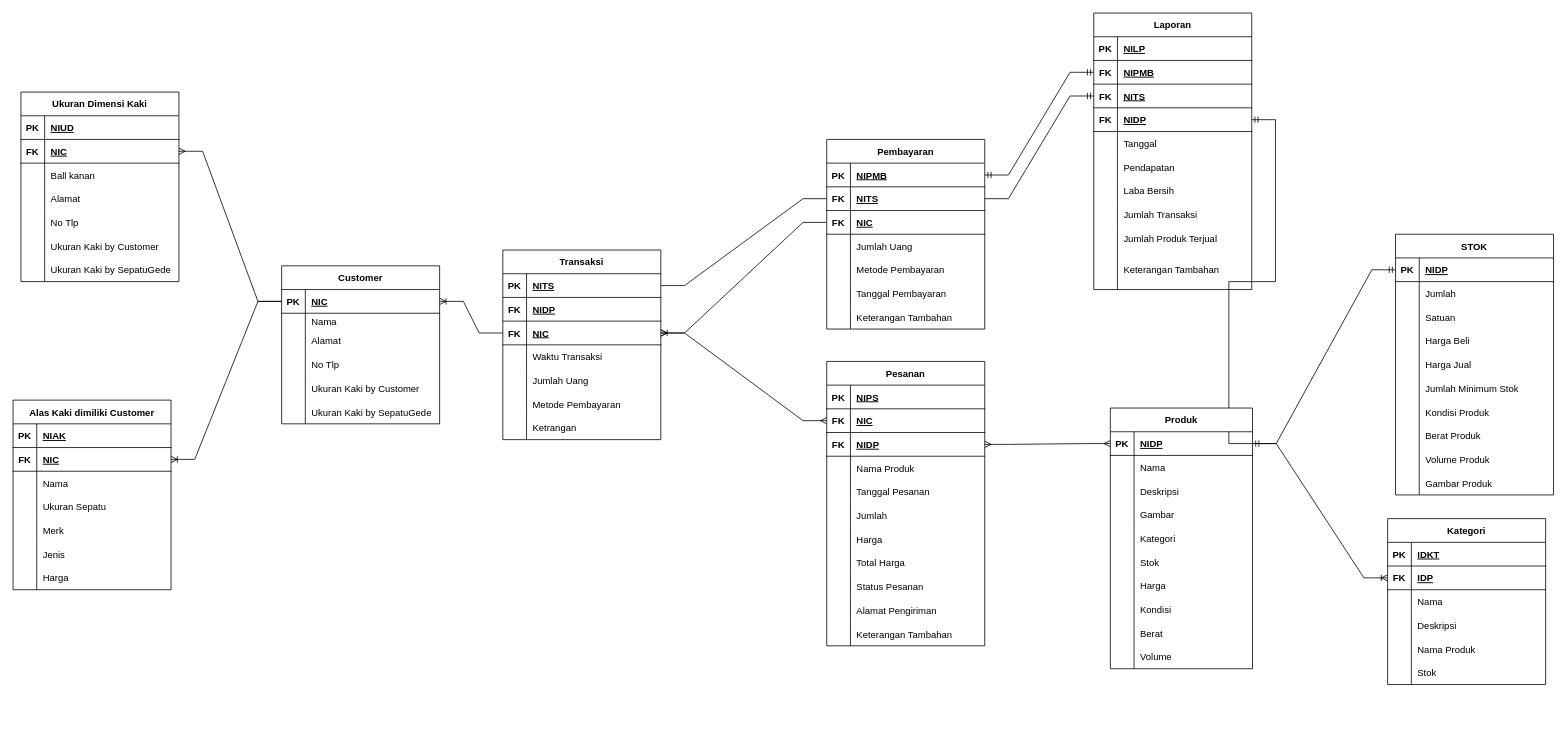
Above: POS.drawio in zamzam-mugny/sage.github.io (draw.io), before the change. Source tidied: cells renumbered, new cells numbered last; positions are measured from the earlier drawing's top-left corner, leaving out a move shared by most shapes. Both pictures are drawn from the tidied source at 79%, with x=0, y=0 at pixel (13, 13).
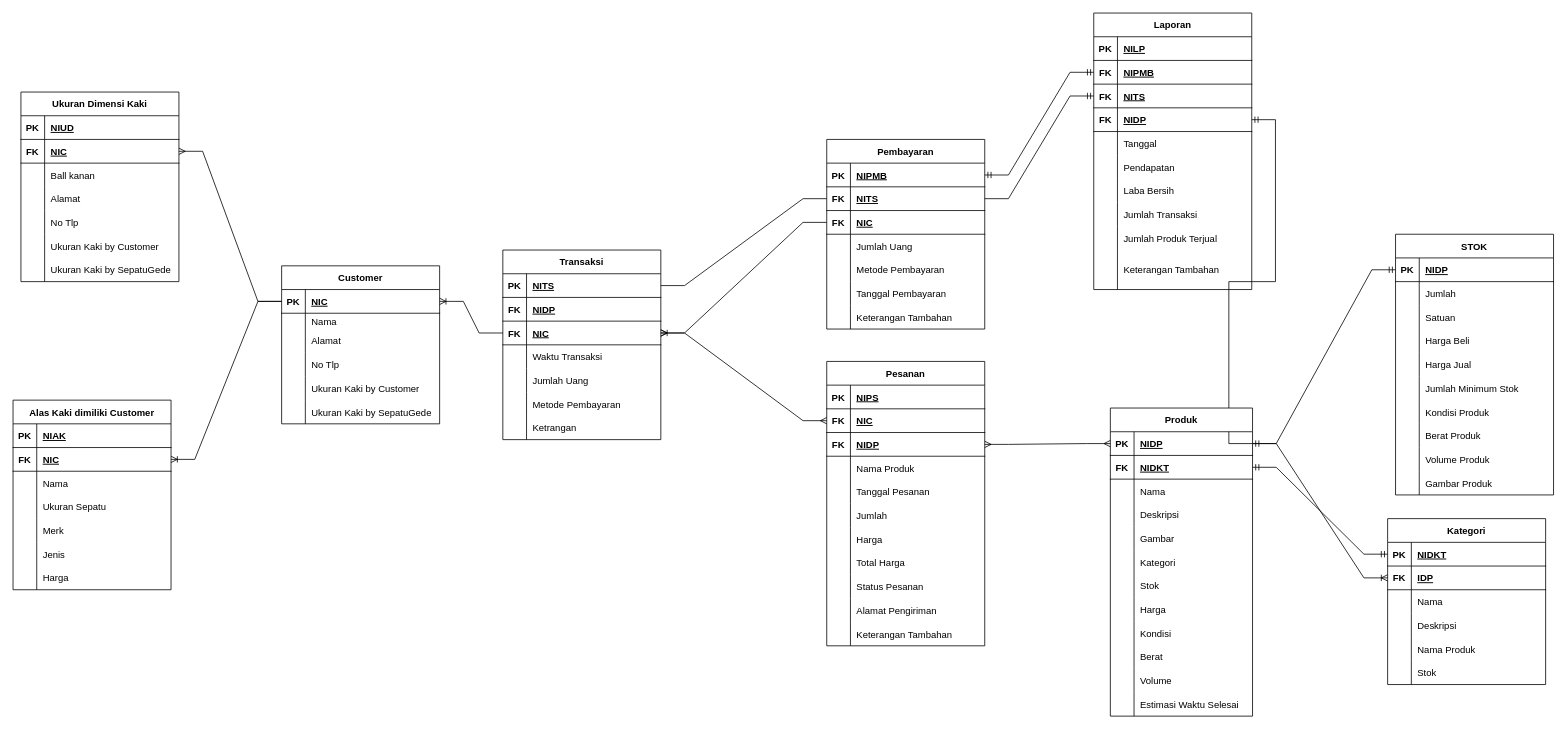
The same page after the edit.

Unchanged cells that the change refers to:
```xml
<mxCell id="68" style="shape=tableRow;horizontal=0;startSize=0;swimlaneHead=0;swimlaneBody=0;fillColor=none;points=[[0,0.5],[1,0.5]];portConstraint=eastwest;top=0;left=0;right=0;bottom=1;" parent="67" vertex="1">
  <mxGeometry y="30" width="200" height="30" as="geometry" />
</mxCell>
```

The edit, as a diff of the source:
```diff
@@
-    <mxCell id="70" value="IDKT" style="shape=partialRectangle;fillColor=none;top=0;left=0;bottom=0;right=0;align=left;spacingLeft=6;fontStyle=5;overflow=hidden;" parent="68" vertex="1">
+    <mxCell id="70" value="NIDKT" style="shape=partialRectangle;fillColor=none;top=0;left=0;bottom=0;right=0;align=left;spacingLeft=6;fontStyle=5;overflow=hidden;" parent="68" vertex="1">
       <mxGeometry x="30" width="170" height="30" as="geometry" />
     </mxCell>
@@
     <mxCell id="236" value="Produk" style="shape=table;startSize=30;childLayout=tableLayout;rowLines=0;fontStyle=1;align=center;" parent="1" vertex="1">
-      <mxGeometry x="1389" y="500" width="180" height="330" as="geometry" />
+      <mxGeometry x="1389" y="500" width="180" height="390" as="geometry" />
     </mxCell>
@@
+    <mxCell id="267" style="shape=tableRow;horizontal=0;startSize=0;swimlaneHead=0;swimlaneBody=0;fillColor=none;points=[[0,0.5],[1,0.5]];portConstraint=eastwest;top=0;left=0;right=0;bottom=1;" parent="236" vertex="1">
+      <mxGeometry y="60" width="180" height="30" as="geometry" />
+    </mxCell>
+    <mxCell id="268" value="FK" style="shape=partialRectangle;fillColor=none;top=0;left=0;bottom=0;right=0;fontStyle=1;overflow=hidden;" parent="267" vertex="1">
+      <mxGeometry width="30" height="30" as="geometry" />
+    </mxCell>
+    <mxCell id="269" value="NIDKT" style="shape=partialRectangle;fillColor=none;top=0;left=0;bottom=0;right=0;align=left;spacingLeft=6;fontStyle=5;overflow=hidden;" parent="267" vertex="1">
+      <mxGeometry x="30" width="150" height="30" as="geometry" />
+    </mxCell>
     <mxCell id="240" style="shape=tableRow;horizontal=0;startSize=0;swimlaneHead=0;swimlaneBody=0;fillColor=none;top=0;left=0;right=0;bottom=0;" parent="236" vertex="1">
-      <mxGeometry y="60" width="180" height="30" as="geometry" />
+      <mxGeometry y="90" width="180" height="30" as="geometry" />
     </mxCell>
@@
     <mxCell id="243" style="shape=tableRow;horizontal=0;startSize=0;swimlaneHead=0;swimlaneBody=0;fillColor=none;top=0;left=0;right=0;bottom=0;" parent="236" vertex="1">
-      <mxGeometry y="90" width="180" height="30" as="geometry" />
+      <mxGeometry y="120" width="180" height="30" as="geometry" />
     </mxCell>
@@
     <mxCell id="246" style="shape=tableRow;horizontal=0;startSize=0;swimlaneHead=0;swimlaneBody=0;fillColor=none;top=0;left=0;right=0;bottom=0;" parent="236" vertex="1">
-      <mxGeometry y="120" width="180" height="30" as="geometry" />
+      <mxGeometry y="150" width="180" height="30" as="geometry" />
     </mxCell>
@@
     <mxCell id="249" style="shape=tableRow;horizontal=0;startSize=0;swimlaneHead=0;swimlaneBody=0;fillColor=none;top=0;left=0;right=0;bottom=0;" parent="236" vertex="1">
-      <mxGeometry y="150" width="180" height="30" as="geometry" />
+      <mxGeometry y="180" width="180" height="30" as="geometry" />
     </mxCell>
@@
     <mxCell id="252" style="shape=tableRow;horizontal=0;startSize=0;swimlaneHead=0;swimlaneBody=0;fillColor=none;top=0;left=0;right=0;bottom=0;" parent="236" vertex="1">
-      <mxGeometry y="180" width="180" height="30" as="geometry" />
+      <mxGeometry y="210" width="180" height="30" as="geometry" />
     </mxCell>
@@
     <mxCell id="255" style="shape=tableRow;horizontal=0;startSize=0;swimlaneHead=0;swimlaneBody=0;fillColor=none;top=0;left=0;right=0;bottom=0;" parent="236" vertex="1">
-      <mxGeometry y="210" width="180" height="30" as="geometry" />
+      <mxGeometry y="240" width="180" height="30" as="geometry" />
     </mxCell>
@@
     <mxCell id="258" style="shape=tableRow;horizontal=0;startSize=0;swimlaneHead=0;swimlaneBody=0;fillColor=none;top=0;left=0;right=0;bottom=0;" parent="236" vertex="1">
-      <mxGeometry y="240" width="180" height="30" as="geometry" />
+      <mxGeometry y="270" width="180" height="30" as="geometry" />
     </mxCell>
@@
     <mxCell id="261" style="shape=tableRow;horizontal=0;startSize=0;swimlaneHead=0;swimlaneBody=0;fillColor=none;top=0;left=0;right=0;bottom=0;" parent="236" vertex="1">
-      <mxGeometry y="270" width="180" height="30" as="geometry" />
+      <mxGeometry y="300" width="180" height="30" as="geometry" />
     </mxCell>
@@
     <mxCell id="264" style="shape=tableRow;horizontal=0;startSize=0;swimlaneHead=0;swimlaneBody=0;fillColor=none;top=0;left=0;right=0;bottom=0;" parent="236" vertex="1">
-      <mxGeometry y="300" width="180" height="30" as="geometry" />
+      <mxGeometry y="330" width="180" height="30" as="geometry" />
     </mxCell>
@@
+    <mxCell id="270" style="shape=tableRow;horizontal=0;startSize=0;swimlaneHead=0;swimlaneBody=0;fillColor=none;top=0;left=0;right=0;bottom=0;" parent="236" vertex="1">
+      <mxGeometry y="360" width="180" height="30" as="geometry" />
+    </mxCell>
+    <mxCell id="271" style="shape=partialRectangle;fillColor=none;top=0;left=0;bottom=0;right=0;overflow=hidden;" parent="270" vertex="1">
+      <mxGeometry width="30" height="30" as="geometry" />
+    </mxCell>
+    <mxCell id="272" value="Estimasi Waktu Selesai" style="shape=partialRectangle;fillColor=none;top=0;left=0;bottom=0;right=0;align=left;spacingLeft=6;overflow=hidden;" parent="270" vertex="1">
+      <mxGeometry x="30" width="150" height="30" as="geometry" />
+    </mxCell>
+    <mxCell id="273" style="edgeStyle=entityRelationEdgeStyle;fontSize=12;html=1;endArrow=ERmandOne;startArrow=ERmandOne;rounded=0;entryX=0;entryY=0.5;entryDx=0;entryDy=0;exitX=1;exitY=0.5;exitDx=0;exitDy=0;" parent="1" edge="1" source="267" target="68">
+      <mxGeometry relative="1" as="geometry" />
+    </mxCell>
```
